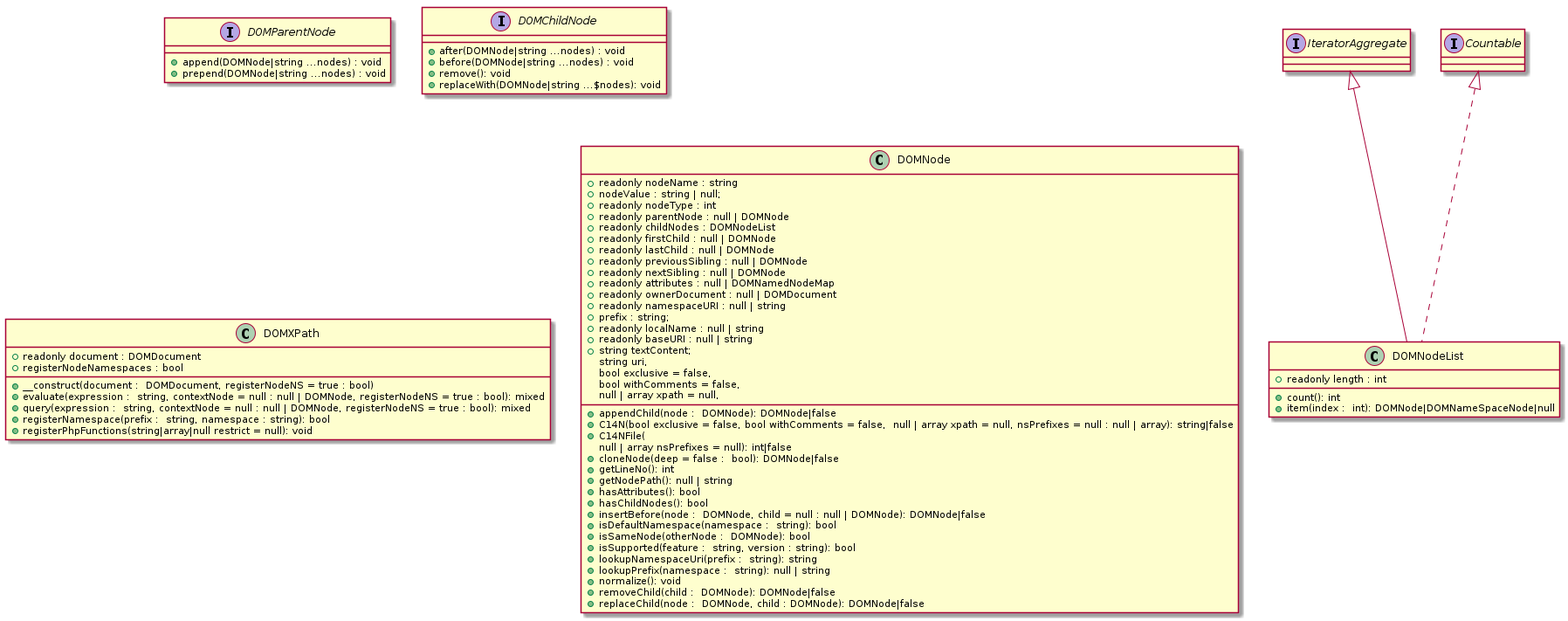
kurt-krueckeberg/understanding-dom keeps this PlantUML diagram as assets/images/base.png. Above is the earlier version. Its source is kept beside it as dom/base.puml. Its diagram source:
```plantuml
@startuml

interface IteratorAggregate
interface Countable
IteratorAggregate  <|-- DOMNodeList
Countable          <|.. DOMNodeList

class DOMNodeList {
  +readonly length : int
  +count(): int
  +item(index :  int): DOMNode|DOMNameSpaceNode|null
}

interface DOMParentNode {
  +append(DOMNode|string ...nodes) : void
  +prepend(DOMNode|string ...nodes) : void
}

interface DOMChildNode {

  +after(DOMNode|string ...nodes) : void
  +before(DOMNode|string ...nodes) : void
  +remove(): void
  +replaceWith(DOMNode|string ...$nodes): void
}

class DOMXPath {

  +readonly document : DOMDocument
  +registerNodeNamespaces : bool

  +__construct(document :  DOMDocument, registerNodeNS = true : bool)
  +evaluate(expression :  string, contextNode = null : null | DOMNode, registerNodeNS = true : bool): mixed
  +query(expression :  string, contextNode = null : null | DOMNode, registerNodeNS = true : bool): mixed
  +registerNamespace(prefix :  string, namespace : string): bool
  +registerPhpFunctions(string|array|null restrict = null): void
}

class DOMNode {
  +readonly nodeName : string
  +nodeValue : string | null;
  +readonly nodeType : int
  +readonly parentNode : null | DOMNode
  +readonly childNodes : DOMNodeList
  +readonly firstChild : null | DOMNode
  +readonly lastChild : null | DOMNode
  +readonly previousSibling : null | DOMNode
  +readonly nextSibling : null | DOMNode
  +readonly attributes : null | DOMNamedNodeMap
  +readonly ownerDocument : null | DOMDocument
  +readonly namespaceURI : null | string
  +prefix : string;
  +readonly localName : null | string
  +readonly baseURI : null | string
  +string textContent;
  +appendChild(node :  DOMNode): DOMNode|false
  +C14N(bool exclusive = false, bool withComments = false,  null | array xpath = null, nsPrefixes = null : null | array): string|false
  +C14NFile(
    string uri,
    bool exclusive = false,
    bool withComments = false,
    null | array xpath = null,
    null | array nsPrefixes = null): int|false
  +cloneNode(deep = false :  bool): DOMNode|false
  +getLineNo(): int
  +getNodePath(): null | string
  +hasAttributes(): bool
  +hasChildNodes(): bool
  +insertBefore(node :  DOMNode, child = null : null | DOMNode): DOMNode|false
  +isDefaultNamespace(namespace :  string): bool
  +isSameNode(otherNode :  DOMNode): bool
  +isSupported(feature :  string, version : string): bool
  +lookupNamespaceUri(prefix :  string): string
  +lookupPrefix(namespace :  string): null | string
  +normalize(): void
  +removeChild(child :  DOMNode): DOMNode|false
  +replaceChild(node :  DOMNode, child : DOMNode): DOMNode|false
}
@enduml
```
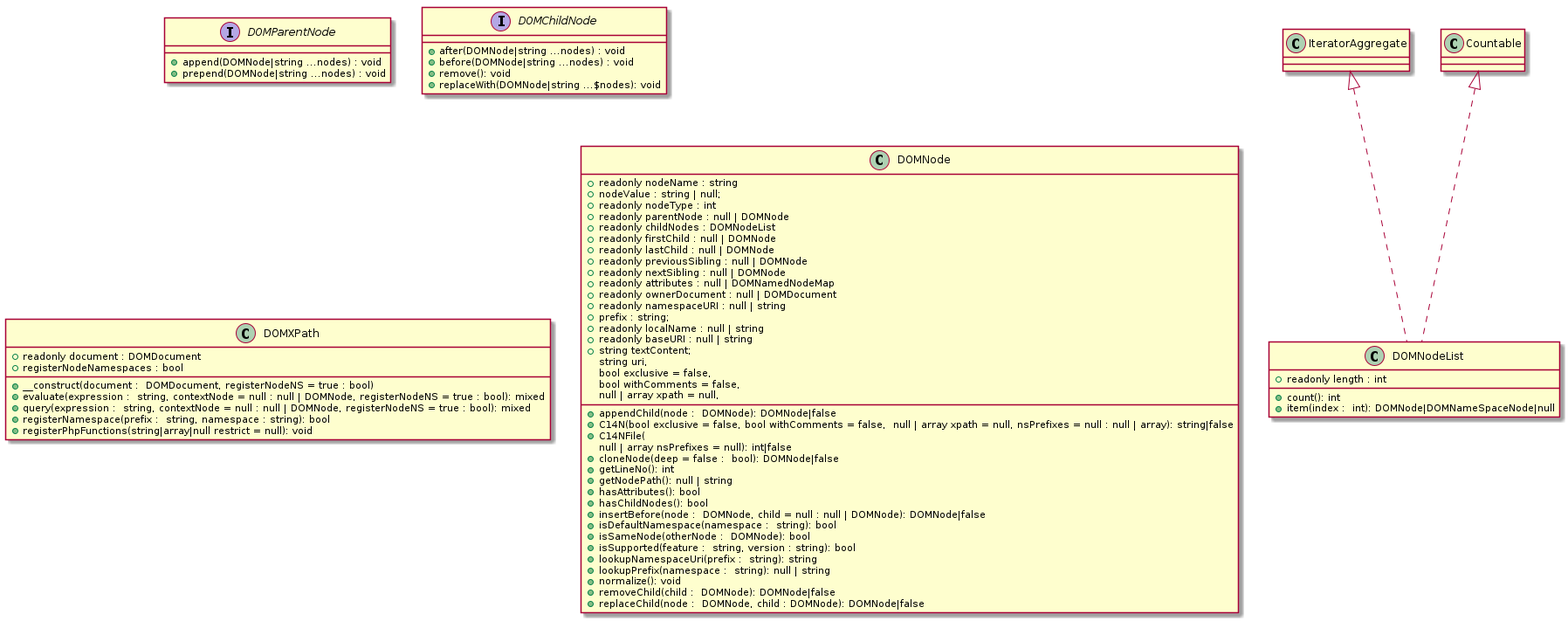
Above is the later version.

Diff of the diagram source:
```diff
@@ -1,8 +1,5 @@
 @startuml
-
-interface IteratorAggregate
-interface Countable
-IteratorAggregate  <|-- DOMNodeList
+IteratorAggregate  <|.. DOMNodeList
 Countable          <|.. DOMNodeList
 
 class DOMNodeList {
```
